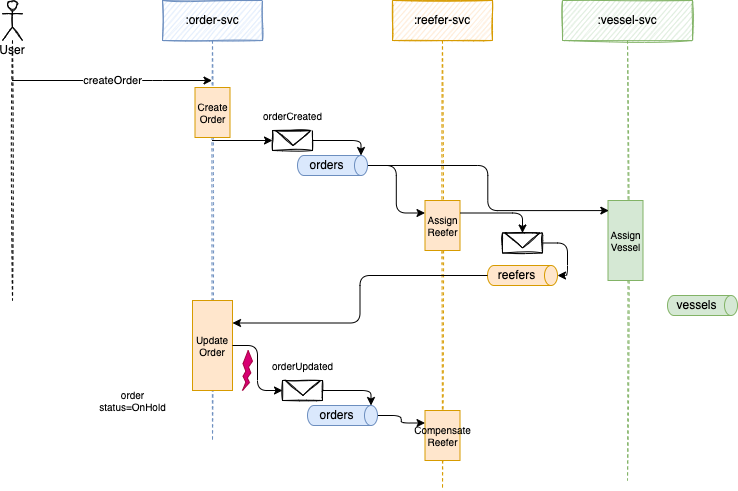
Earlier version of the draw.io export docs/diagrams/saga-flow-3.drawio.png (jbcodeforce/saga-choreography-kafka). Source tidied: cells renumbered, new cells last; positions are measured from the earlier drawing's top-left corner, leaving out a move shared by most shapes.
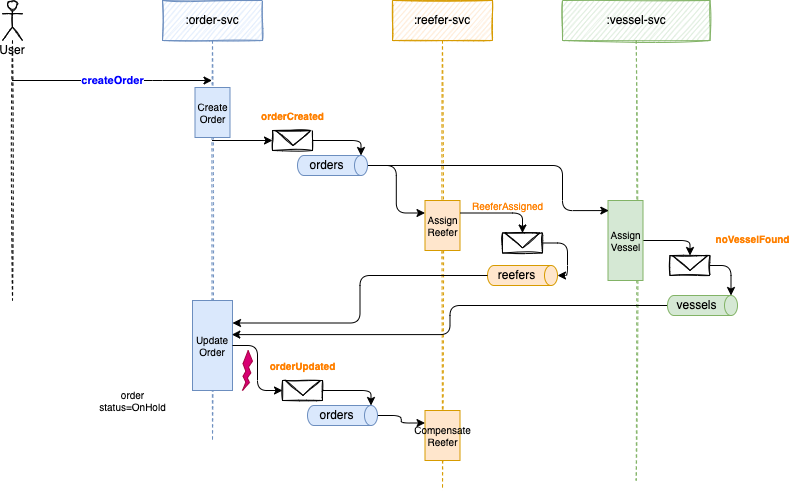
Above is the later version.

What changed in the source:
```diff
@@ -8,16 +8,16 @@
     <mxCell id="3" value=":order-svc" style="shape=umlLifeline;perimeter=lifelinePerimeter;whiteSpace=wrap;html=1;outlineConnect=0;shadow=0;sketch=1;fillColor=#dae8fc;strokeColor=#6c8ebf;" parent="1" vertex="1">
       <mxGeometry x="160" width="100" height="440" as="geometry" />
     </mxCell>
-    <mxCell id="4" value="Create Order" style="rounded=0;whiteSpace=wrap;html=1;shadow=0;fontSize=10;fillColor=#ffe6cc;strokeColor=#d79b00;" parent="3" vertex="1">
+    <mxCell id="4" value="Create Order" style="rounded=0;whiteSpace=wrap;html=1;shadow=0;fontSize=10;fillColor=#dae8fc;strokeColor=#6c8ebf;" parent="3" vertex="1">
       <mxGeometry x="32.5" y="87" width="35" height="50" as="geometry" />
     </mxCell>
-    <mxCell id="5" value="Update Order" style="rounded=0;whiteSpace=wrap;html=1;shadow=0;fontSize=10;fillColor=#ffe6cc;strokeColor=#d79b00;" parent="3" vertex="1">
+    <mxCell id="5" value="Update Order" style="rounded=0;whiteSpace=wrap;html=1;shadow=0;fontSize=10;fillColor=#dae8fc;strokeColor=#6c8ebf;" parent="3" vertex="1">
       <mxGeometry x="30" y="300" width="40" height="90" as="geometry" />
     </mxCell>
     <mxCell id="6" style="verticalLabelPosition=bottom;verticalAlign=top;html=1;shape=mxgraph.basic.flash;fillColor=#d80073;fontColor=#ffffff;strokeColor=#A50040;" parent="3" vertex="1">
       <mxGeometry x="80" y="350" width="10" height="40" as="geometry" />
     </mxCell>
-    <mxCell id="7" value="createOrder" style="edgeStyle=none;html=1;" parent="1" edge="1" source="8" target="3">
+    <mxCell id="7" value="&lt;b&gt;&lt;font color=&quot;#0000ff&quot;&gt;createOrder&lt;/font&gt;&lt;/b&gt;" style="edgeStyle=none;html=1;" parent="1" edge="1" source="8" target="3">
       <mxGeometry relative="1" as="geometry">
         <Array as="points">
           <mxPoint x="150" y="80" />
@@ -37,11 +37,20 @@
       <mxGeometry x="32.5" y="410" width="35" height="50" as="geometry" />
     </mxCell>
     <mxCell id="12" value=":vessel-svc" style="shape=umlLifeline;perimeter=lifelinePerimeter;whiteSpace=wrap;html=1;shadow=0;sketch=1;fillColor=#d5e8d4;strokeColor=#82b366;" parent="1" vertex="1">
-      <mxGeometry x="560" width="130" height="480" as="geometry" />
+      <mxGeometry x="560" width="147.5" height="480" as="geometry" />
     </mxCell>
+    <mxCell id="38" style="edgeStyle=orthogonalEdgeStyle;html=1;entryX=0;entryY=0.5;entryDx=0;entryDy=0;" parent="12" edge="1" source="13" target="40">
+      <mxGeometry relative="1" as="geometry" />
+    </mxCell>
     <mxCell id="13" value="Assign Vessel" style="rounded=0;whiteSpace=wrap;html=1;shadow=0;fontSize=10;fillColor=#d5e8d4;strokeColor=#82b366;" parent="12" vertex="1">
       <mxGeometry x="45.5" y="200" width="35" height="80" as="geometry" />
     </mxCell>
+    <mxCell id="39" style="rounded=0;whiteSpace=wrap;html=1;shadow=0;sketch=1;" parent="12" vertex="1">
+      <mxGeometry x="107.5" y="255" width="40" height="20" as="geometry" />
+    </mxCell>
+    <mxCell id="40" style="triangle;whiteSpace=wrap;html=1;shadow=0;sketch=1;rotation=90;" parent="12" vertex="1">
+      <mxGeometry x="120" y="245" width="15" height="35" as="geometry" />
+    </mxCell>
     <mxCell id="14" style="group;" parent="1" vertex="1">
       <mxGeometry x="270" y="130" width="40" height="20" as="geometry" />
     </mxCell>
@@ -55,7 +64,12 @@
       <mxGeometry relative="1" as="geometry" />
     </mxCell>
     <mxCell id="18" style="edgeStyle=orthogonalEdgeStyle;html=1;fontSize=10;entryX=0.024;entryY=0.126;entryDx=0;entryDy=0;entryPerimeter=0;" parent="1" edge="1" source="19" target="13">
-      <mxGeometry relative="1" as="geometry" />
+      <mxGeometry relative="1" as="geometry">
+        <Array as="points">
+          <mxPoint x="560" y="165" />
+          <mxPoint x="560" y="210" />
+        </Array>
+      </mxGeometry>
     </mxCell>
     <mxCell id="19" value="orders" style="shape=cylinder3;whiteSpace=wrap;html=1;boundedLbl=1;backgroundOutline=1;size=6.498687744140625;strokeColor=#6c8ebf;rotation=90;horizontal=0;fillColor=#dae8fc;" parent="1" vertex="1">
       <mxGeometry x="320" y="130" width="20" height="70" as="geometry" />
@@ -63,8 +77,8 @@
     <mxCell id="20" style="edgeStyle=orthogonalEdgeStyle;html=1;exitX=1;exitY=0.5;exitDx=0;exitDy=0;entryX=0;entryY=0;entryDx=0;entryDy=6.498687744140625;entryPerimeter=0;" parent="1" edge="1" source="15" target="19">
       <mxGeometry relative="1" as="geometry" />
     </mxCell>
-    <mxCell id="21" value="orderCreated" style="text;html=1;align=center;verticalAlign=middle;strokeColor=none;fillColor=none;shadow=0;sketch=1;fontSize=10;" parent="1" vertex="1">
-      <mxGeometry x="250" y="100" width="80" height="30" as="geometry" />
+    <mxCell id="21" value="&lt;b&gt;&lt;font color=&quot;#ff8000&quot;&gt;orderCreated&lt;/font&gt;&lt;/b&gt;" style="text;html=1;align=center;verticalAlign=middle;strokeColor=none;fillColor=none;shadow=0;sketch=1;fontSize=10;" parent="1" vertex="1">
+      <mxGeometry x="245" y="100" width="90" height="30" as="geometry" />
     </mxCell>
     <mxCell id="22" value="reefers" style="shape=cylinder3;whiteSpace=wrap;html=1;boundedLbl=1;backgroundOutline=1;size=6.498687744140625;strokeColor=#d79b00;rotation=90;horizontal=0;fillColor=#ffe6cc;" parent="1" vertex="1">
       <mxGeometry x="510" y="240" width="20" height="70" as="geometry" />
@@ -72,6 +86,9 @@
     <mxCell id="23" style="edgeStyle=orthogonalEdgeStyle;html=1;entryX=1;entryY=0.25;entryDx=0;entryDy=0;fontSize=10;exitX=0.5;exitY=1;exitDx=0;exitDy=0;exitPerimeter=0;" parent="1" edge="1" source="22" target="5">
       <mxGeometry relative="1" as="geometry" />
     </mxCell>
+    <mxCell id="41" style="edgeStyle=orthogonalEdgeStyle;html=1;entryX=0.983;entryY=0.379;entryDx=0;entryDy=0;entryPerimeter=0;" parent="1" edge="1" source="24" target="5">
+      <mxGeometry relative="1" as="geometry" />
+    </mxCell>
     <mxCell id="24" value="vessels" style="shape=cylinder3;whiteSpace=wrap;html=1;boundedLbl=1;backgroundOutline=1;size=6.498687744140625;strokeColor=#82b366;rotation=90;horizontal=0;fillColor=#d5e8d4;" parent="1" vertex="1">
       <mxGeometry x="690" y="270" width="20" height="70" as="geometry" />
     </mxCell>
@@ -93,8 +110,8 @@
     <mxCell id="30" style="edgeStyle=orthogonalEdgeStyle;html=1;exitX=1;exitY=0.5;exitDx=0;exitDy=0;entryX=0;entryY=0;entryDx=0;entryDy=6.498687744140625;entryPerimeter=0;" parent="1" edge="1" source="26" target="29">
       <mxGeometry relative="1" as="geometry" />
     </mxCell>
-    <mxCell id="31" value="orderUpdated" style="text;html=1;align=center;verticalAlign=middle;strokeColor=none;fillColor=none;shadow=0;sketch=1;fontSize=10;" parent="1" vertex="1">
-      <mxGeometry x="260" y="350" width="80" height="30" as="geometry" />
+    <mxCell id="31" value="&lt;b&gt;&lt;font color=&quot;#ff8000&quot;&gt;orderUpdated&lt;/font&gt;&lt;/b&gt;" style="text;html=1;align=center;verticalAlign=middle;strokeColor=none;fillColor=none;shadow=0;sketch=1;fontSize=10;" parent="1" vertex="1">
+      <mxGeometry x="255" y="350" width="90" height="30" as="geometry" />
     </mxCell>
     <mxCell id="32" value="order&lt;br style=&quot;font-size: 10px;&quot;&gt;status=OnHold" style="text;html=1;align=center;verticalAlign=middle;strokeColor=none;fillColor=none;fontSize=10;" parent="1" vertex="1">
       <mxGeometry x="85" y="380" width="90" height="40" as="geometry" />
@@ -114,5 +131,14 @@
     <mxCell id="37" style="edgeStyle=orthogonalEdgeStyle;html=1;entryX=0;entryY=0.5;entryDx=0;entryDy=0;fontSize=10;exitX=1;exitY=0.25;exitDx=0;exitDy=0;" parent="1" edge="1" source="10" target="36">
       <mxGeometry relative="1" as="geometry" />
     </mxCell>
+    <mxCell id="42" style="edgeStyle=orthogonalEdgeStyle;html=1;exitX=1;exitY=0.5;exitDx=0;exitDy=0;entryX=0;entryY=0;entryDx=0;entryDy=6.498687744140625;entryPerimeter=0;" parent="1" edge="1" source="39" target="24">
+      <mxGeometry relative="1" as="geometry" />
+    </mxCell>
+    <mxCell id="43" value="noVesselFound" style="text;html=1;align=center;verticalAlign=middle;strokeColor=none;fillColor=none;fontStyle=1;fontSize=10;fontColor=#FF8000;" parent="1" vertex="1">
+      <mxGeometry x="700" y="222.5" width="100" height="30" as="geometry" />
+    </mxCell>
+    <mxCell id="44" value="ReeferAssigned" style="text;html=1;align=center;verticalAlign=middle;strokeColor=none;fillColor=none;fontSize=10;fontColor=#FF8000;" parent="1" vertex="1">
+      <mxGeometry x="460" y="190" width="90" height="30" as="geometry" />
+    </mxCell>
   </root>
 </mxGraphModel>
```
